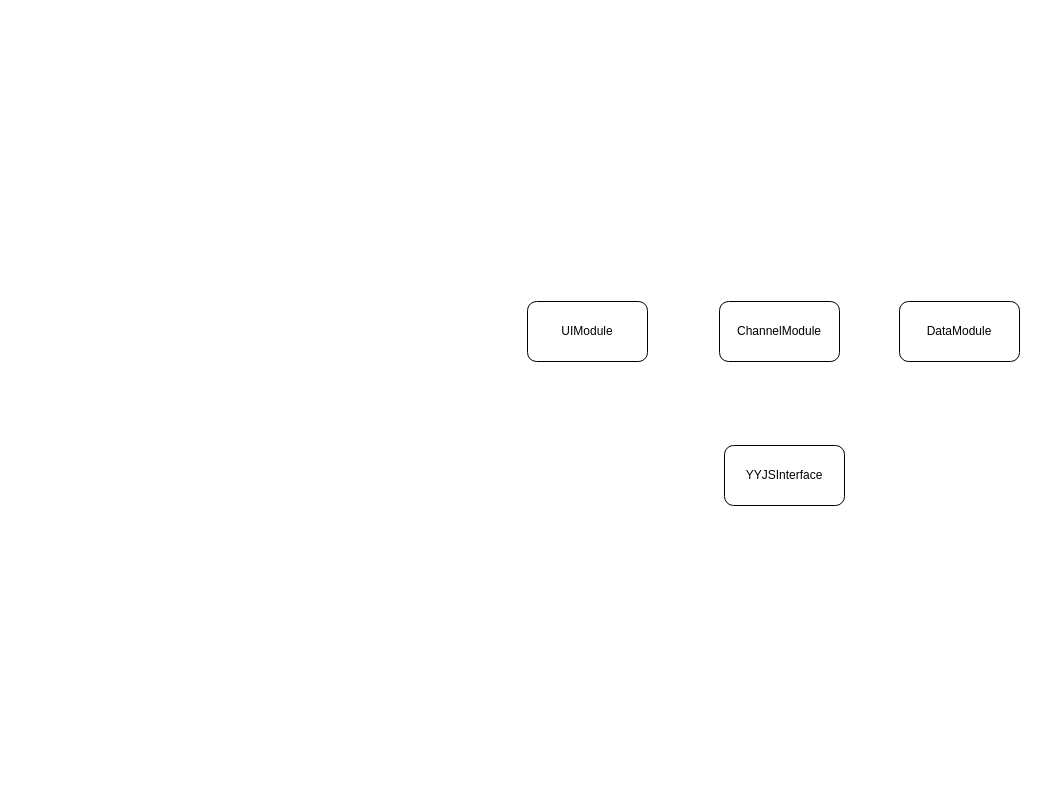
Earlier version of the draw.io diagram page "Page-4" (4 of 4) of 活动条.drawio (cangwang/news). Source tidied: cells renumbered, new cells numbered last; positions are measured from the earlier drawing's top-left corner, leaving out a move shared by most shapes. Both pictures are drawn from the tidied source at 100%, with x=0, y=0 at pixel (527, 301).
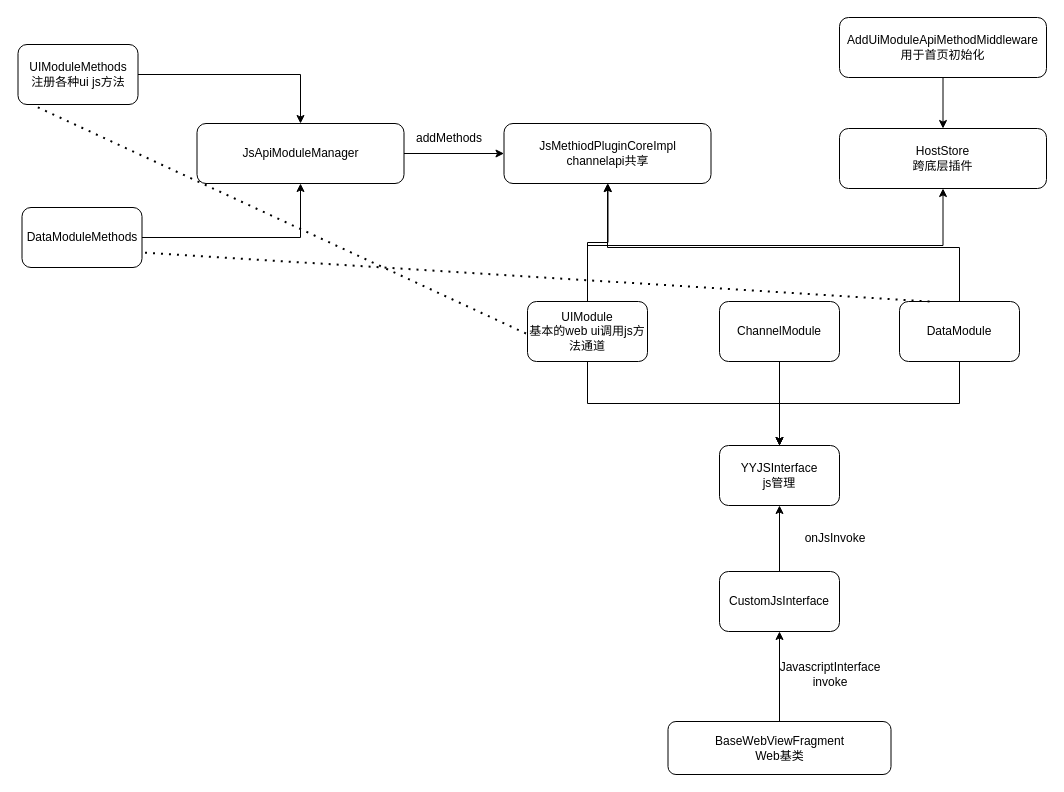
Above is the later version.

The change refers to these unchanged cells:
```xml
<mxCell id="4" value="ChannelModule" style="rounded=1;whiteSpace=wrap;html=1;align=center;" parent="1" vertex="1">
  <mxGeometry x="192" width="120" height="60" as="geometry" />
</mxCell>
<mxCell id="5" value="DataModule" style="rounded=1;whiteSpace=wrap;html=1;align=center;" parent="1" vertex="1">
  <mxGeometry x="372" width="120" height="60" as="geometry" />
</mxCell>
```

What changed in the source:
```diff
@@
+    <mxCell id="6" style="edgeStyle=orthogonalEdgeStyle;rounded=0;jettySize=auto;html=1;exitX=0.5;exitY=0;exitDx=0;exitDy=0;" parent="1" edge="1" source="7" target="17">
+      <mxGeometry relative="1" as="geometry" />
+    </mxCell>
+    <mxCell id="7" value="BaseWebViewFragment&lt;br&gt;Web基类" style="rounded=1;whiteSpace=wrap;html=1;align=center;" parent="1" vertex="1">
+      <mxGeometry x="140.5" y="420" width="223" height="53" as="geometry" />
+    </mxCell>
-    <mxCell id="2" value="YYJSInterface" style="rounded=1;whiteSpace=wrap;html=1;align=center;" parent="1" vertex="1">
-      <mxGeometry x="197" y="144" width="120" height="60" as="geometry" />
+    <mxCell id="2" value="YYJSInterface&lt;br&gt;js管理" style="rounded=1;whiteSpace=wrap;html=1;align=center;" parent="1" vertex="1">
+      <mxGeometry x="192" y="144" width="120" height="60" as="geometry" />
     </mxCell>
+    <mxCell id="8" style="edgeStyle=orthogonalEdgeStyle;rounded=0;jettySize=auto;html=1;exitX=0.5;exitY=1;exitDx=0;exitDy=0;" parent="1" edge="1" source="3" target="2">
+      <mxGeometry relative="1" as="geometry" />
+    </mxCell>
+    <mxCell id="9" style="edgeStyle=orthogonalEdgeStyle;rounded=0;jettySize=auto;html=1;exitX=0.5;exitY=0;exitDx=0;exitDy=0;" parent="1" edge="1" source="3" target="14">
+      <mxGeometry relative="1" as="geometry">
+        <Array as="points">
+          <mxPoint x="60.5" y="-59" />
+          <mxPoint x="80.5" y="-59" />
+        </Array>
+      </mxGeometry>
+    </mxCell>
+    <mxCell id="10" style="edgeStyle=orthogonalEdgeStyle;rounded=0;jettySize=auto;html=1;exitX=0.5;exitY=0;exitDx=0;exitDy=0;entryX=0.5;entryY=1;entryDx=0;entryDy=0;" parent="1" edge="1" source="3" target="15">
+      <mxGeometry relative="1" as="geometry">
+        <Array as="points">
+          <mxPoint x="60.5" y="-56" />
+          <mxPoint x="415.5" y="-56" />
+        </Array>
+      </mxGeometry>
+    </mxCell>
-    <mxCell id="3" value="UIModule" style="rounded=1;whiteSpace=wrap;html=1;align=center;" parent="1" vertex="1">
+    <mxCell id="3" value="UIModule&lt;br&gt;基本的web ui调用js方法通道" style="rounded=1;whiteSpace=wrap;html=1;align=center;" parent="1" vertex="1">
       <mxGeometry width="120" height="60" as="geometry" />
     </mxCell>
+    <mxCell id="11" style="edgeStyle=orthogonalEdgeStyle;rounded=0;jettySize=auto;html=1;exitX=0.5;exitY=1;exitDx=0;exitDy=0;" parent="1" edge="1" source="4" target="2">
+      <mxGeometry relative="1" as="geometry" />
+    </mxCell>
@@
+    <mxCell id="12" style="edgeStyle=orthogonalEdgeStyle;rounded=0;jettySize=auto;html=1;exitX=0.5;exitY=1;exitDx=0;exitDy=0;entryX=0.5;entryY=0;entryDx=0;entryDy=0;" parent="1" edge="1" source="5" target="2">
+      <mxGeometry relative="1" as="geometry" />
+    </mxCell>
+    <mxCell id="13" style="edgeStyle=orthogonalEdgeStyle;rounded=0;jettySize=auto;html=1;exitX=0.5;exitY=0;exitDx=0;exitDy=0;entryX=0.5;entryY=1;entryDx=0;entryDy=0;" parent="1" edge="1" source="5" target="14">
+      <mxGeometry relative="1" as="geometry">
+        <Array as="points">
+          <mxPoint x="432.5" y="-54" />
+          <mxPoint x="80.5" y="-54" />
+        </Array>
+      </mxGeometry>
+    </mxCell>
@@
+    <mxCell id="14" value="JsMethiodPluginCoreImpl&lt;br&gt;channelapi共享" style="rounded=1;whiteSpace=wrap;html=1;align=center;" parent="1" vertex="1">
+      <mxGeometry x="-23.5" y="-178" width="207" height="60" as="geometry" />
+    </mxCell>
+    <mxCell id="15" value="HostStore&lt;br&gt;跨底层插件" style="rounded=1;whiteSpace=wrap;html=1;align=center;" parent="1" vertex="1">
+      <mxGeometry x="312" y="-173" width="207" height="60" as="geometry" />
+    </mxCell>
+    <mxCell id="16" style="edgeStyle=orthogonalEdgeStyle;rounded=0;jettySize=auto;html=1;exitX=0.5;exitY=0;exitDx=0;exitDy=0;" parent="1" edge="1" source="17" target="2">
+      <mxGeometry relative="1" as="geometry" />
+    </mxCell>
+    <mxCell id="17" value="CustomJsInterface" style="rounded=1;whiteSpace=wrap;html=1;align=center;" parent="1" vertex="1">
+      <mxGeometry x="192" y="270" width="120" height="60" as="geometry" />
+    </mxCell>
+    <mxCell id="18" value="onJsInvoke" style="text;html=1;strokeColor=none;fillColor=none;align=center;verticalAlign=middle;whiteSpace=wrap;rounded=0;" parent="1" vertex="1">
+      <mxGeometry x="264.5" y="227" width="86" height="20" as="geometry" />
+    </mxCell>
+    <mxCell id="19" value="JavascriptInterface&lt;br&gt;invoke" style="text;html=1;strokeColor=none;fillColor=none;align=center;verticalAlign=middle;whiteSpace=wrap;rounded=0;" parent="1" vertex="1">
+      <mxGeometry x="259.5" y="353" width="86" height="39" as="geometry" />
+    </mxCell>
+    <mxCell id="20" style="edgeStyle=orthogonalEdgeStyle;rounded=0;jettySize=auto;html=1;exitX=1;exitY=0.5;exitDx=0;exitDy=0;" parent="1" edge="1" source="21" target="23">
+      <mxGeometry relative="1" as="geometry" />
+    </mxCell>
+    <mxCell id="21" value="UIModuleMethods&lt;br&gt;注册各种ui js方法" style="rounded=1;whiteSpace=wrap;html=1;align=center;" parent="1" vertex="1">
+      <mxGeometry x="-509.5" y="-257" width="120" height="60" as="geometry" />
+    </mxCell>
+    <mxCell id="22" style="edgeStyle=orthogonalEdgeStyle;rounded=0;jettySize=auto;html=1;exitX=1;exitY=0.5;exitDx=0;exitDy=0;entryX=0;entryY=0.5;entryDx=0;entryDy=0;" parent="1" edge="1" source="23" target="14">
+      <mxGeometry relative="1" as="geometry" />
+    </mxCell>
+    <mxCell id="23" value="JsApiModuleManager" style="rounded=1;whiteSpace=wrap;html=1;align=center;" parent="1" vertex="1">
+      <mxGeometry x="-330.5" y="-178" width="207" height="60" as="geometry" />
+    </mxCell>
+    <mxCell id="24" style="edgeStyle=orthogonalEdgeStyle;rounded=0;jettySize=auto;html=1;exitX=1;exitY=0.5;exitDx=0;exitDy=0;entryX=0.5;entryY=1;entryDx=0;entryDy=0;" parent="1" edge="1" source="25" target="23">
+      <mxGeometry relative="1" as="geometry" />
+    </mxCell>
+    <mxCell id="25" value="DataModuleMethods" style="rounded=1;whiteSpace=wrap;html=1;align=center;" parent="1" vertex="1">
+      <mxGeometry x="-505.5" y="-94" width="120" height="60" as="geometry" />
+    </mxCell>
+    <mxCell id="26" value="addMethods" style="text;html=1;strokeColor=none;fillColor=none;align=center;verticalAlign=middle;whiteSpace=wrap;rounded=0;" parent="1" vertex="1">
+      <mxGeometry x="-126.5" y="-173" width="96" height="20" as="geometry" />
+    </mxCell>
+    <mxCell id="27" style="edgeStyle=orthogonalEdgeStyle;rounded=0;jettySize=auto;html=1;exitX=0.5;exitY=1;exitDx=0;exitDy=0;" parent="1" edge="1" source="28" target="15">
+      <mxGeometry relative="1" as="geometry" />
+    </mxCell>
+    <mxCell id="28" value="AddUiModuleApiMethodMiddleware&lt;br&gt;用于首页初始化" style="rounded=1;whiteSpace=wrap;html=1;align=center;" parent="1" vertex="1">
+      <mxGeometry x="312" y="-284" width="207" height="60" as="geometry" />
+    </mxCell>
+    <mxCell id="29" style="endArrow=none;dashed=1;html=1;dashPattern=1 3;strokeWidth=2;entryX=1;entryY=0.75;entryDx=0;entryDy=0;exitX=0.25;exitY=0;exitDx=0;exitDy=0;" parent="1" edge="1" source="5" target="25">
+      <mxGeometry relative="1" as="geometry" />
+    </mxCell>
+    <mxCell id="30" style="endArrow=none;dashed=1;html=1;dashPattern=1 3;strokeWidth=2;entryX=0.15;entryY=1.033;entryDx=0;entryDy=0;entryPerimeter=0;" parent="1" edge="1" target="21">
+      <mxGeometry relative="1" as="geometry">
+        <mxPoint x="-1.5" y="32" as="sourcePoint" />
+      </mxGeometry>
+    </mxCell>
```
